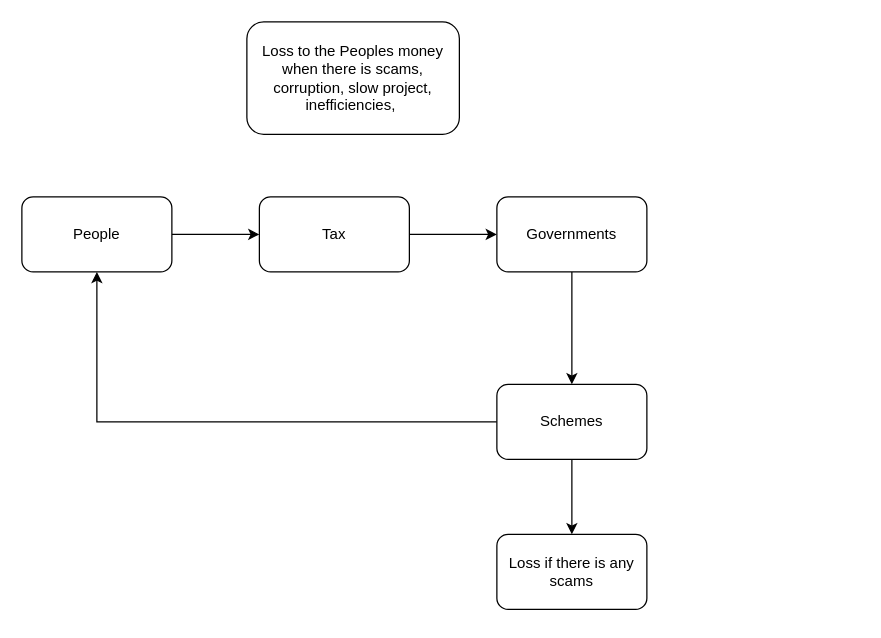
Above: Project_Tracking/money.drawio in Manojkl/Cost_To_Consumers-CTC (draw.io), before the change. Source tidied: cells renumbered, new cells numbered last; positions are measured from the earlier drawing's top-left corner, leaving out a move shared by most shapes. Both pictures are drawn from the tidied source at 125%, with x=0, y=0 at pixel (21, 21).
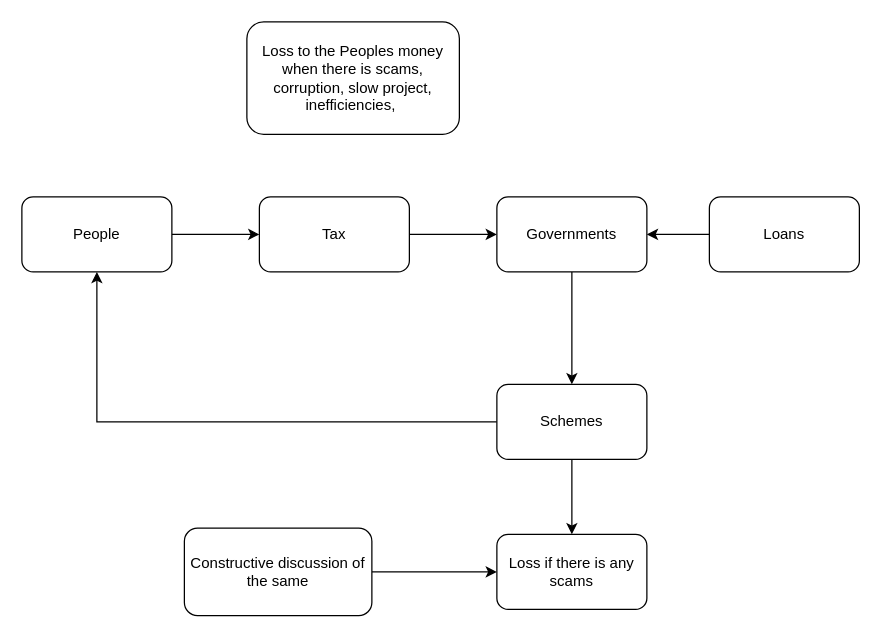
The same page after the edit.

The edit, as a diff of the source:
```diff
@@
 <mxGraphModel>
   <root>
     <mxCell id="0" />
     <mxCell id="1" parent="0" />
     <mxCell id="2" style="edgeStyle=orthogonalEdgeStyle;rounded=0;jettySize=auto;html=1;entryX=0;entryY=0.5;entryDx=0;entryDy=0;" parent="1" edge="1" source="3" target="5">
       <mxGeometry relative="1" as="geometry" />
     </mxCell>
     <mxCell id="3" value="People" style="rounded=1;whiteSpace=wrap;html=1;" parent="1" vertex="1">
       <mxGeometry y="140" width="120" height="60" as="geometry" />
     </mxCell>
     <mxCell id="4" style="edgeStyle=orthogonalEdgeStyle;rounded=0;jettySize=auto;html=1;entryX=0;entryY=0.5;entryDx=0;entryDy=0;" parent="1" edge="1" source="5" target="7">
       <mxGeometry relative="1" as="geometry" />
     </mxCell>
     <mxCell id="5" value="Tax" style="rounded=1;whiteSpace=wrap;html=1;" parent="1" vertex="1">
       <mxGeometry x="190" y="140" width="120" height="60" as="geometry" />
     </mxCell>
     <mxCell id="6" style="edgeStyle=orthogonalEdgeStyle;rounded=0;jettySize=auto;html=1;" parent="1" edge="1" source="7" target="10">
       <mxGeometry relative="1" as="geometry" />
     </mxCell>
     <mxCell id="7" value="Governments" style="rounded=1;whiteSpace=wrap;html=1;" parent="1" vertex="1">
       <mxGeometry x="380" y="140" width="120" height="60" as="geometry" />
     </mxCell>
     <mxCell id="8" style="edgeStyle=orthogonalEdgeStyle;rounded=0;jettySize=auto;html=1;entryX=0.5;entryY=1;entryDx=0;entryDy=0;" parent="1" edge="1" source="10" target="3">
       <mxGeometry relative="1" as="geometry" />
     </mxCell>
     <mxCell id="9" style="edgeStyle=orthogonalEdgeStyle;rounded=0;jettySize=auto;html=1;entryX=0.5;entryY=0;entryDx=0;entryDy=0;" parent="1" edge="1" source="10" target="12">
       <mxGeometry relative="1" as="geometry" />
     </mxCell>
     <mxCell id="10" value="Schemes" style="rounded=1;whiteSpace=wrap;html=1;" parent="1" vertex="1">
       <mxGeometry x="380" y="290" width="120" height="60" as="geometry" />
     </mxCell>
     <mxCell id="11" value="Loss to the Peoples money when there is scams, corruption, slow project, inefficiencies,&amp;nbsp;" style="rounded=1;whiteSpace=wrap;html=1;" parent="1" vertex="1">
       <mxGeometry x="180" width="170" height="90" as="geometry" />
     </mxCell>
     <mxCell id="12" value="Loss if there is any scams" style="rounded=1;whiteSpace=wrap;html=1;" parent="1" vertex="1">
       <mxGeometry x="380" y="410" width="120" height="60" as="geometry" />
     </mxCell>
+    <mxCell id="13" style="edgeStyle=orthogonalEdgeStyle;rounded=0;jettySize=auto;html=1;entryX=0;entryY=0.5;entryDx=0;entryDy=0;" parent="1" edge="1" source="14" target="12">
+      <mxGeometry relative="1" as="geometry" />
+    </mxCell>
+    <mxCell id="14" value="Constructive discussion of the same" style="rounded=1;whiteSpace=wrap;html=1;" parent="1" vertex="1">
+      <mxGeometry x="130" y="405" width="150" height="70" as="geometry" />
+    </mxCell>
+    <mxCell id="15" style="edgeStyle=orthogonalEdgeStyle;rounded=0;jettySize=auto;html=1;entryX=1;entryY=0.5;entryDx=0;entryDy=0;" parent="1" edge="1" source="16" target="7">
+      <mxGeometry relative="1" as="geometry" />
+    </mxCell>
+    <mxCell id="16" value="Loans" style="rounded=1;whiteSpace=wrap;html=1;" parent="1" vertex="1">
+      <mxGeometry x="550" y="140" width="120" height="60" as="geometry" />
+    </mxCell>
   </root>
 </mxGraphModel>
```
